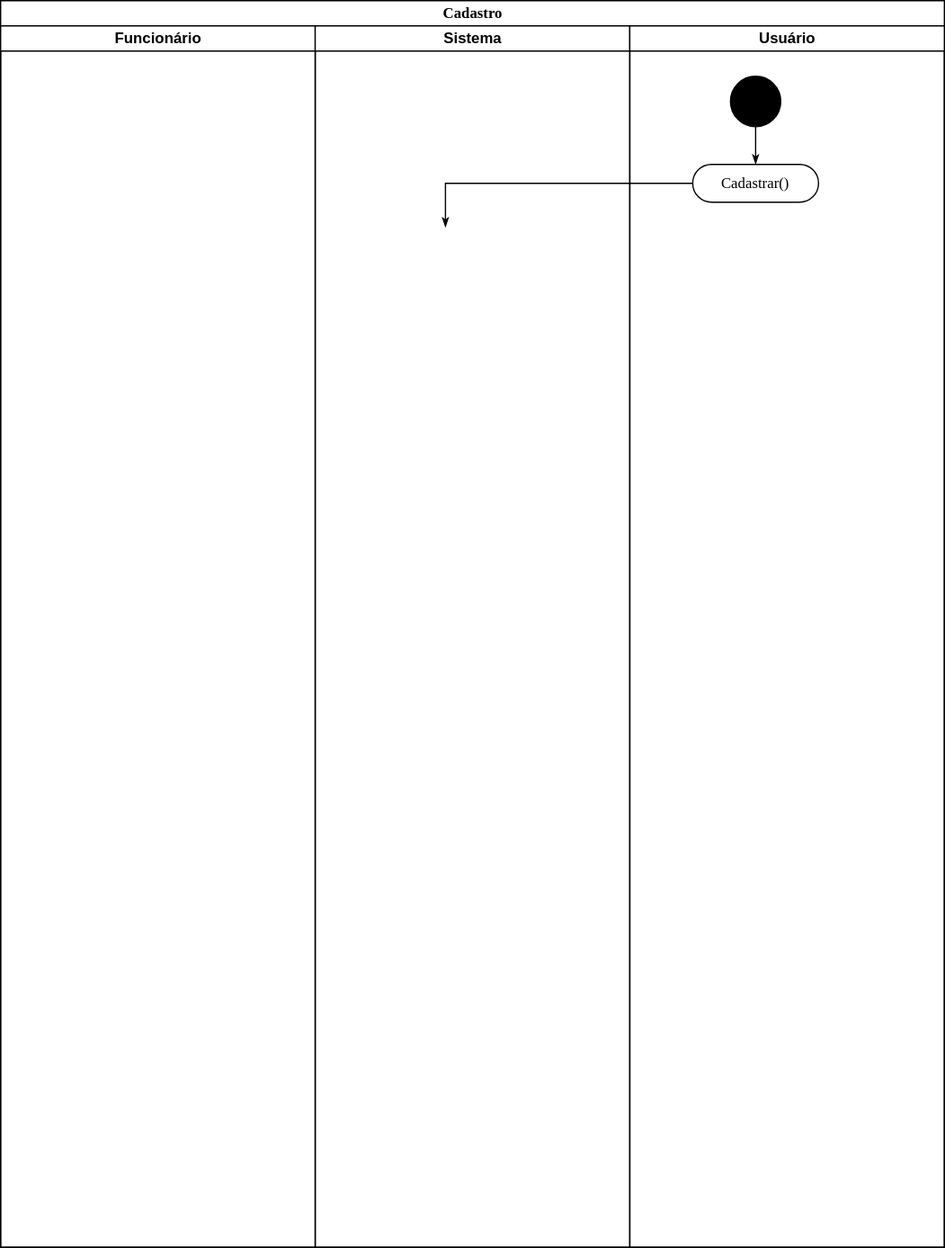
This is Atividades/Atividade_1.svg from JesCat16/Projeto01_Modelagem_De_Software, a draw.io export, as it was before one commit. Source tidied: cells renumbered, new cells last; positions are measured from the earlier drawing's top-left corner, leaving out a move shared by most shapes.
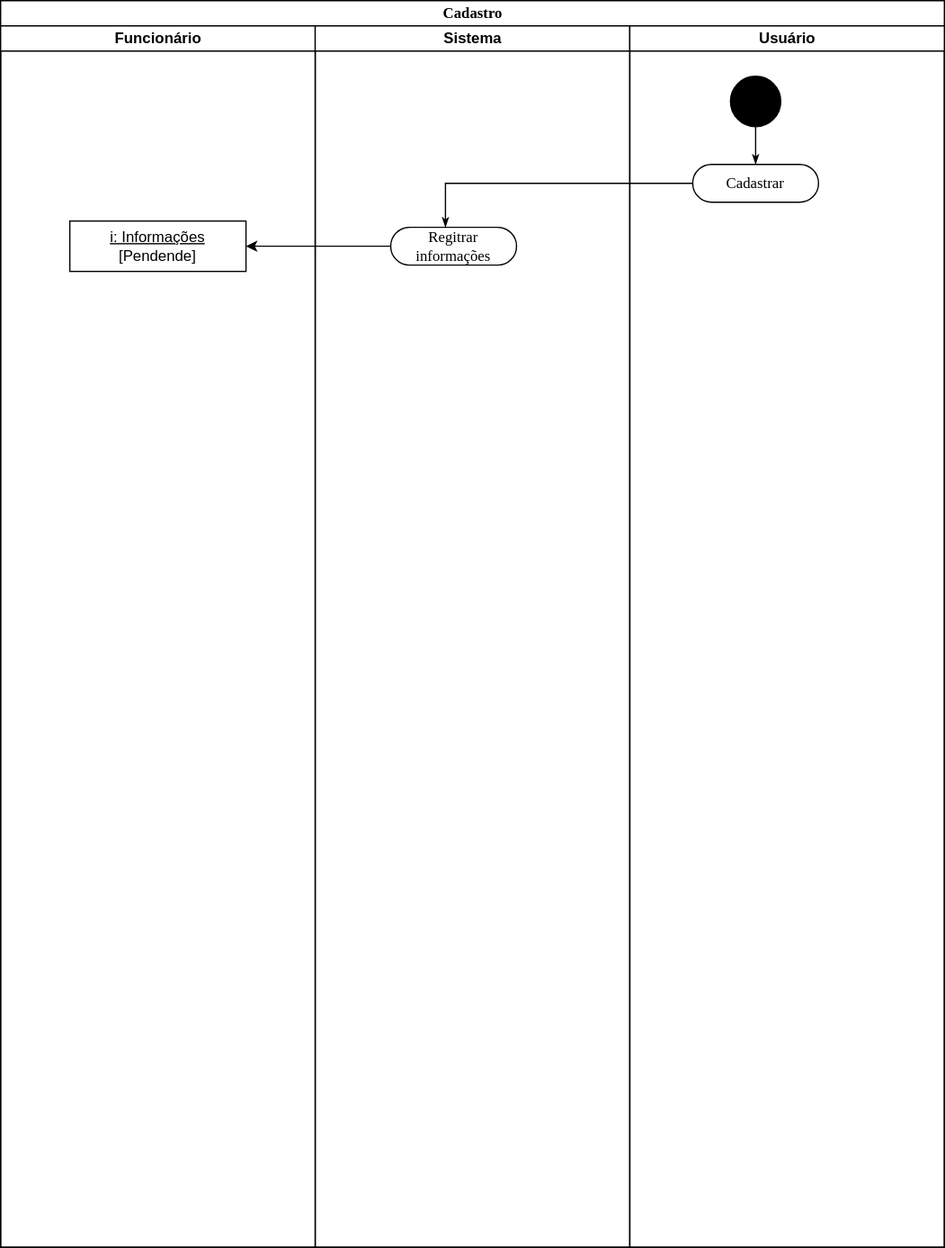
After the commit.

The edit, as a diff of the source:
```diff
@@ -8,9 +8,15 @@
     <mxCell id="3" value="Funcionário" style="swimlane;html=1;startSize=20;" parent="2" vertex="1">
       <mxGeometry y="20" width="250" height="970" as="geometry" />
     </mxCell>
+    <mxCell id="10" value="&lt;u&gt;i: Informações&lt;/u&gt;&lt;div&gt;[Pendende]&lt;/div&gt;" style="shape=rect;html=1;whiteSpace=wrap;align=center;" parent="3" vertex="1">
+      <mxGeometry x="55" y="155" width="140" height="40" as="geometry" />
+    </mxCell>
     <mxCell id="4" value="Sistema" style="swimlane;html=1;startSize=20;" parent="2" vertex="1">
       <mxGeometry x="250" y="20" width="250" height="970" as="geometry" />
     </mxCell>
+    <mxCell id="11" value="Regitrar informações" style="rounded=1;whiteSpace=wrap;html=1;shadow=0;comic=0;labelBackgroundColor=none;strokeWidth=1;fontFamily=Verdana;fontSize=12;align=center;arcSize=50;" parent="4" vertex="1">
+      <mxGeometry x="60" y="160" width="100" height="30" as="geometry" />
+    </mxCell>
     <mxCell id="5" value="Usuário" style="swimlane;html=1;startSize=20;" parent="2" vertex="1">
       <mxGeometry x="500" y="20" width="250" height="970" as="geometry" />
     </mxCell>
@@ -20,7 +26,7 @@
     <mxCell id="7" style="ellipse;whiteSpace=wrap;html=1;rounded=0;shadow=0;comic=0;labelBackgroundColor=none;strokeWidth=1;fillColor=#000000;fontFamily=Verdana;fontSize=12;align=center;" parent="5" vertex="1">
       <mxGeometry x="80" y="40" width="40" height="40" as="geometry" />
     </mxCell>
-    <mxCell id="8" value="Cadastrar()" style="rounded=1;whiteSpace=wrap;html=1;shadow=0;comic=0;labelBackgroundColor=none;strokeWidth=1;fontFamily=Verdana;fontSize=12;align=center;arcSize=50;" parent="5" vertex="1">
+    <mxCell id="8" value="Cadastrar" style="rounded=1;whiteSpace=wrap;html=1;shadow=0;comic=0;labelBackgroundColor=none;strokeWidth=1;fontFamily=Verdana;fontSize=12;align=center;arcSize=50;" parent="5" vertex="1">
       <mxGeometry x="50" y="110" width="100" height="30" as="geometry" />
     </mxCell>
     <mxCell id="9" style="edgeStyle=orthogonalEdgeStyle;rounded=0;html=1;entryX=0.5;entryY=0;labelBackgroundColor=none;startArrow=none;startFill=0;startSize=5;endArrow=classicThin;endFill=1;endSize=5;jettySize=auto;strokeWidth=1;fontFamily=Verdana;fontSize=12;" parent="2" edge="1" source="8">
@@ -31,5 +37,10 @@
         </Array>
       </mxGeometry>
     </mxCell>
+    <mxCell id="12" style="edgeStyle=orthogonalEdgeStyle;rounded=0;jettySize=auto;html=1;exitX=0;exitY=0.5;exitDx=0;exitDy=0;" parent="2" edge="1" source="11">
+      <mxGeometry relative="1" as="geometry">
+        <mxPoint x="195" y="195" as="targetPoint" />
+      </mxGeometry>
+    </mxCell>
   </root>
 </mxGraphModel>
```
